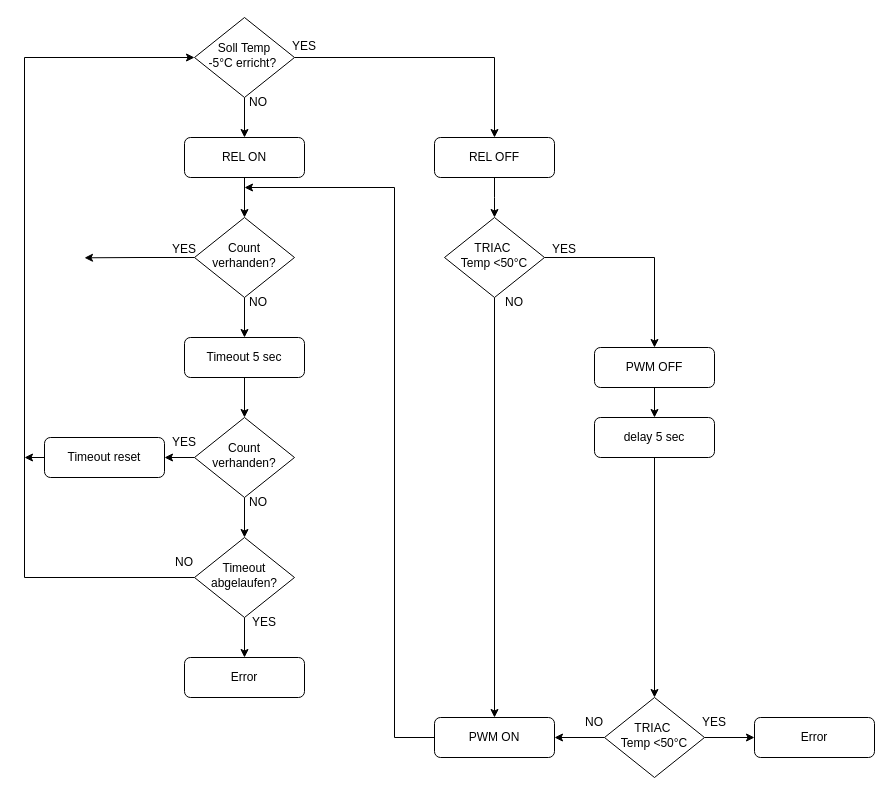
siku2/esphome-projects keeps this draw.io diagram as page "Regler" (2 of 2) of reflow-oven/docs/flow.drawio. Above is the earlier version. Source tidied: cells renumbered, new cells numbered last; positions are measured from the earlier drawing's top-left corner, leaving out a move shared by most shapes. Both pictures are drawn from the tidied source at 100%, with x=0, y=0 at pixel (24, 17).
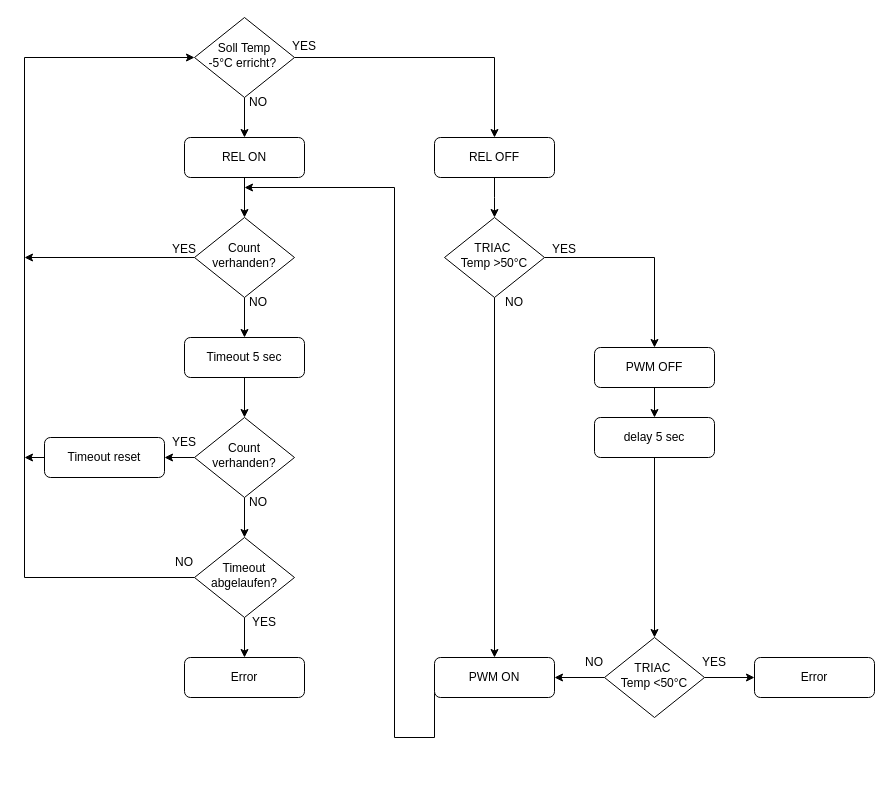
After the change.

The change refers to these unchanged cells:
```xml
<mxCell id="24" value="Count verhanden?" style="rhombus;whiteSpace=wrap;html=1;shadow=0;fontFamily=Helvetica;fontSize=12;align=center;strokeWidth=1;spacing=6;spacingTop=-4;" parent="1" vertex="1">
  <mxGeometry x="170" y="200" width="100" height="80" as="geometry" />
</mxCell>
```

Change to the diagram source:
```diff
@@
-    <mxCell id="11" value="TRIAC&amp;nbsp;&lt;div&gt;Temp &amp;lt;50°C&lt;/div&gt;" style="rhombus;whiteSpace=wrap;html=1;shadow=0;fontFamily=Helvetica;fontSize=12;align=center;strokeWidth=1;spacing=6;spacingTop=-4;" parent="1" vertex="1">
+    <mxCell id="11" value="TRIAC&amp;nbsp;&lt;div&gt;Temp &amp;gt;50°C&lt;/div&gt;" style="rhombus;whiteSpace=wrap;html=1;shadow=0;fontFamily=Helvetica;fontSize=12;align=center;strokeWidth=1;spacing=6;spacingTop=-4;" parent="1" vertex="1">
       <mxGeometry x="420" y="200" width="100" height="80" as="geometry" />
     </mxCell>
@@
     <mxCell id="13" value="PWM ON" style="rounded=1;whiteSpace=wrap;html=1;fontSize=12;glass=0;strokeWidth=1;shadow=0;" parent="1" vertex="1">
-      <mxGeometry x="410" y="700" width="120" height="40" as="geometry" />
+      <mxGeometry x="410" y="640" width="120" height="40" as="geometry" />
     </mxCell>
@@
     <mxCell id="20" value="TRIAC&amp;nbsp;&lt;div&gt;Temp &amp;lt;50°C&lt;/div&gt;" style="rhombus;whiteSpace=wrap;html=1;shadow=0;fontFamily=Helvetica;fontSize=12;align=center;strokeWidth=1;spacing=6;spacingTop=-4;" parent="1" vertex="1">
-      <mxGeometry x="580" y="680" width="100" height="80" as="geometry" />
+      <mxGeometry x="580" y="620" width="100" height="80" as="geometry" />
     </mxCell>
     <mxCell id="21" value="Error" style="rounded=1;whiteSpace=wrap;html=1;fontSize=12;glass=0;strokeWidth=1;shadow=0;" parent="1" vertex="1">
-      <mxGeometry x="730" y="700" width="120" height="40" as="geometry" />
+      <mxGeometry x="730" y="640" width="120" height="40" as="geometry" />
     </mxCell>
@@
     <mxCell id="23" style="edgeStyle=orthogonalEdgeStyle;rounded=0;jettySize=auto;html=1;exitX=0;exitY=0.5;exitDx=0;exitDy=0;" parent="1" edge="1" source="24">
       <mxGeometry relative="1" as="geometry">
-        <mxPoint x="60" y="240.3" as="targetPoint" />
+        <mxPoint y="240" as="targetPoint" />
       </mxGeometry>
     </mxCell>
@@
     <mxCell id="44" value="YES" style="text;html=1;align=center;verticalAlign=middle;whiteSpace=wrap;rounded=0;" parent="1" vertex="1">
-      <mxGeometry x="660" y="690" width="60" height="30" as="geometry" />
+      <mxGeometry x="660" y="630" width="60" height="30" as="geometry" />
     </mxCell>
     <mxCell id="45" value="NO" style="text;html=1;align=center;verticalAlign=middle;whiteSpace=wrap;rounded=0;" parent="1" vertex="1">
-      <mxGeometry x="540" y="690" width="60" height="30" as="geometry" />
+      <mxGeometry x="540" y="630" width="60" height="30" as="geometry" />
     </mxCell>
```
